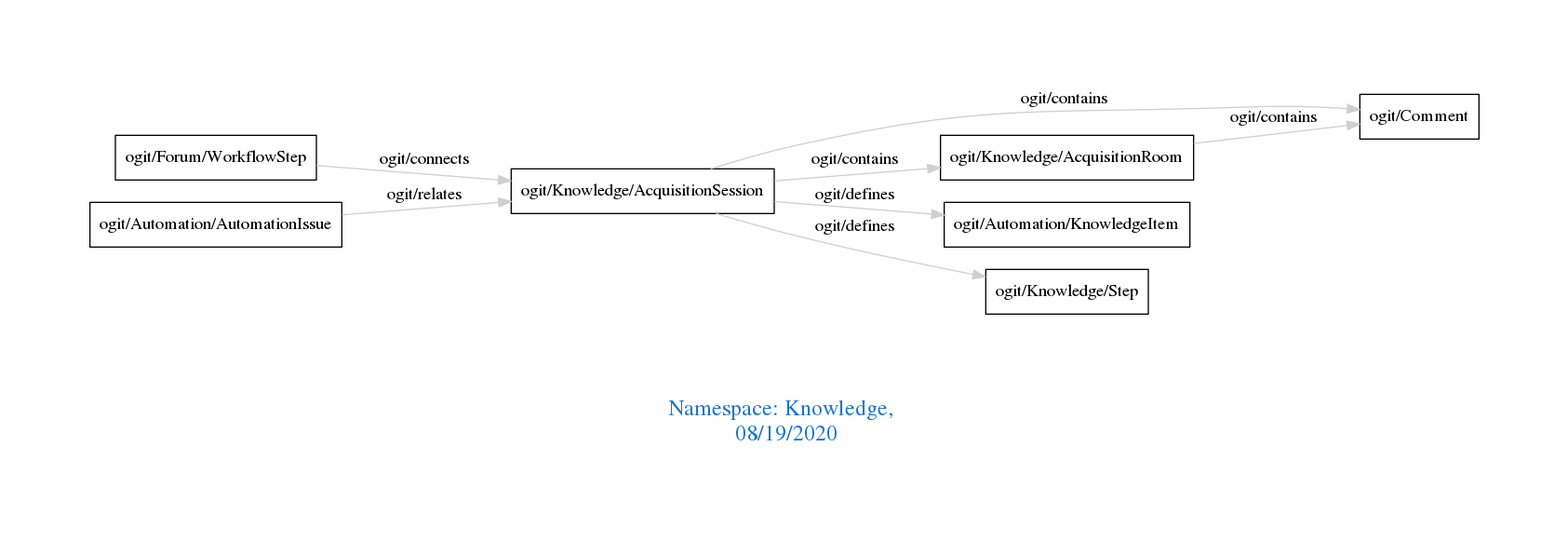
Earlier version of the Graphviz export downloads/Knowledge.png (arago/OGIT). Its source is kept beside it as downloads/Knowledge.dot.
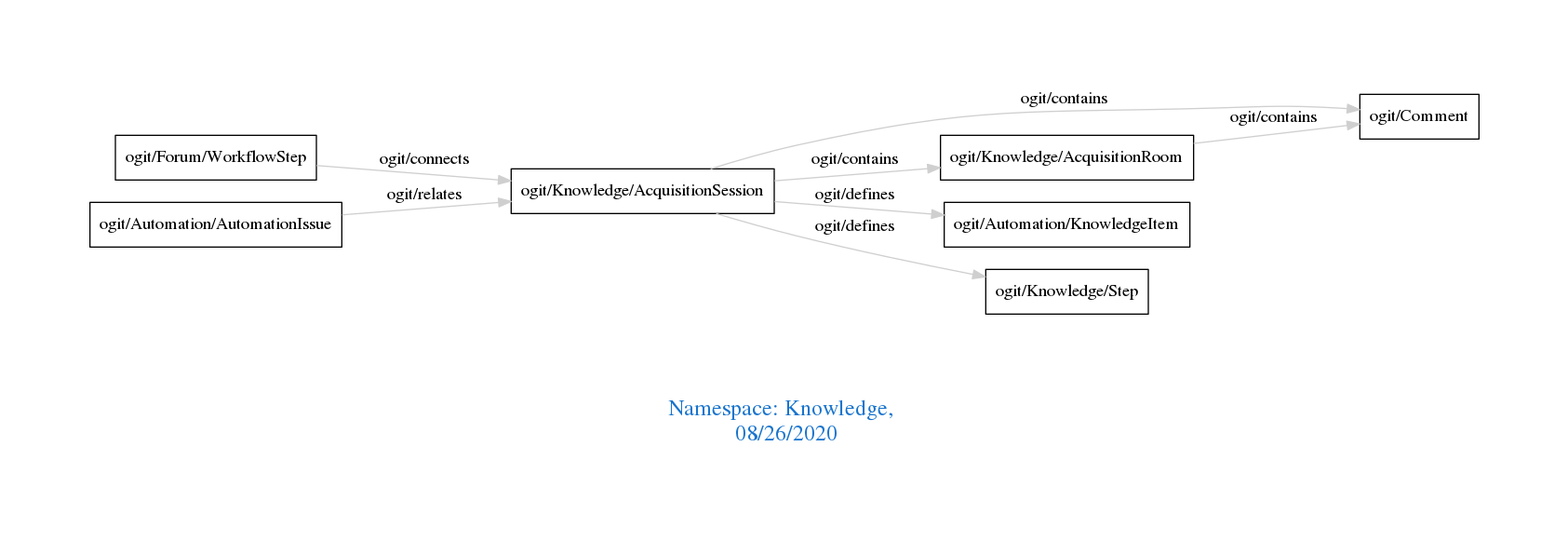
The same file after the commit.

Diff of the diagram source:
```diff
@@ -1,7 +1,7 @@
 digraph OGIT_ontology {
  graph [ rankdir= LR,pad=1
 fontsize = 18,
-fontcolor= dodgerblue3,label = "\n\n\nNamespace: Knowledge, \n 08/19/2020"];
+fontcolor= dodgerblue3,label = "\n\n\nNamespace: Knowledge, \n 08/26/2020"];
 node[shape=polygon];
 edge [  color="gray81"];
 
```
